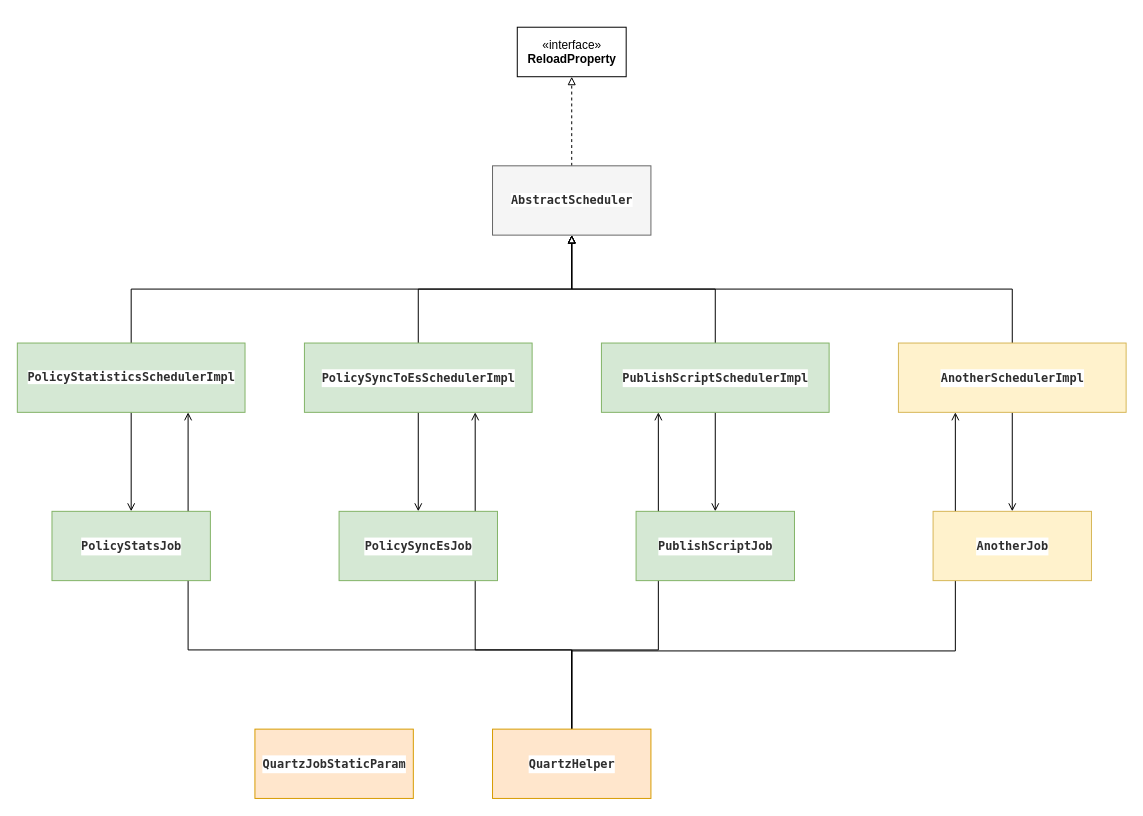
The draw.io diagram leyan/policy/Quartz_Component_Class_Diagram_V.BeforeRefactor.drawio in GeekKwok/UML, before the edit. Source tidied: cells renumbered, new cells numbered last; positions are measured from the earlier drawing's top-left corner, leaving out a move shared by most shapes. Both pictures are drawn from the tidied source at 99%, with x=0, y=0 at pixel (17, 27).
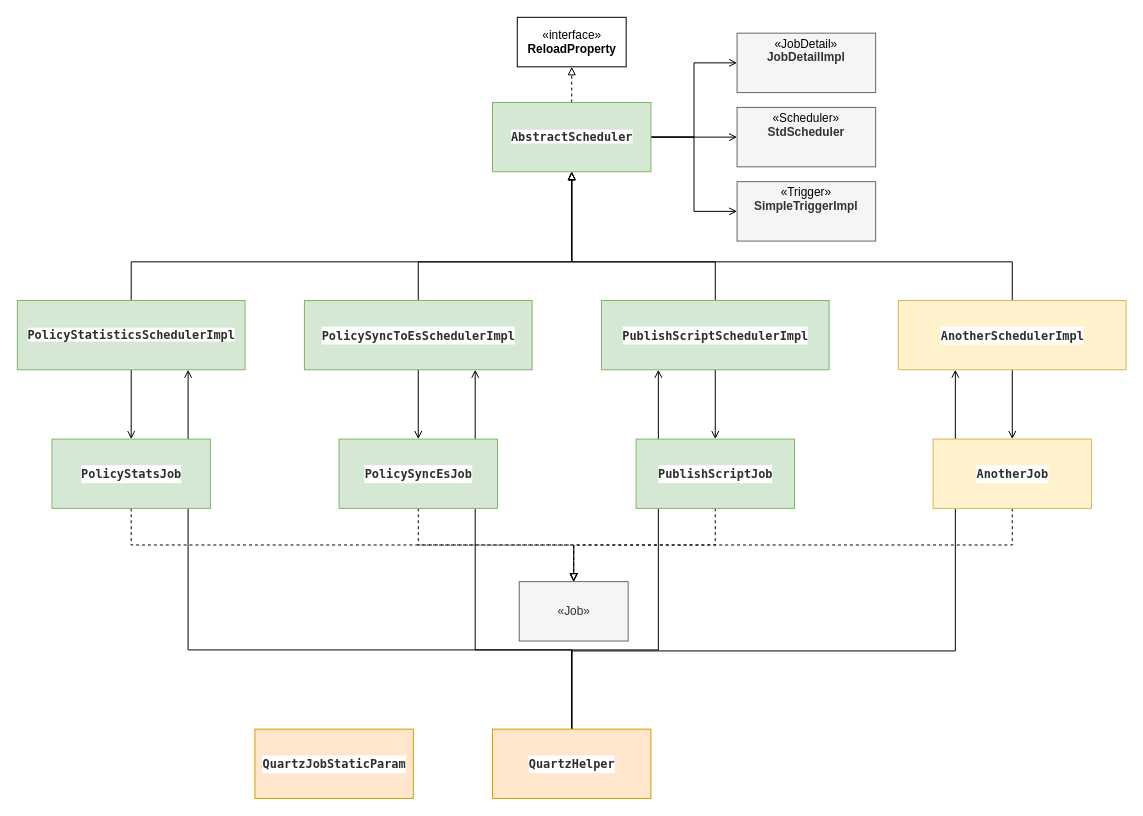
The same page after the edit.

What changed in the source:
```diff
@@
     <mxCell id="2" value="«interface»&lt;br&gt;&lt;b&gt;ReloadProperty&lt;/b&gt;" style="html=1;" parent="1" vertex="1">
-      <mxGeometry x="505" width="110" height="50" as="geometry" />
+      <mxGeometry x="505" y="-10" width="110" height="50" as="geometry" />
     </mxCell>
-    <mxCell id="3" style="edgeStyle=orthogonalEdgeStyle;rounded=0;jettySize=auto;html=1;exitX=0.5;exitY=0;exitDx=0;exitDy=0;entryX=0.5;entryY=1;entryDx=0;entryDy=0;endArrow=block;endFill=0;dashed=1;" parent="1" edge="1" source="4" target="2">
-      <mxGeometry relative="1" as="geometry" />
+    <mxCell id="3" style="edgeStyle=orthogonalEdgeStyle;rounded=0;jettySize=auto;html=1;exitX=0.5;exitY=0;exitDx=0;exitDy=0;endArrow=block;endFill=0;dashed=1;" parent="1" edge="1" source="4">
+      <mxGeometry relative="1" as="geometry">
+        <mxPoint x="560" y="40" as="targetPoint" />
+      </mxGeometry>
     </mxCell>
+    <mxCell id="27" style="edgeStyle=orthogonalEdgeStyle;rounded=0;jettySize=auto;html=1;exitX=1;exitY=0.5;exitDx=0;exitDy=0;entryX=0;entryY=0.5;entryDx=0;entryDy=0;endArrow=open;endFill=0;strokeColor=#000000;" parent="1" edge="1" source="4" target="35">
+      <mxGeometry relative="1" as="geometry" />
+    </mxCell>
+    <mxCell id="28" style="edgeStyle=orthogonalEdgeStyle;rounded=0;jettySize=auto;html=1;exitX=1;exitY=0.5;exitDx=0;exitDy=0;endArrow=open;endFill=0;strokeColor=#000000;" parent="1" edge="1" source="4" target="34">
+      <mxGeometry relative="1" as="geometry" />
+    </mxCell>
+    <mxCell id="29" style="edgeStyle=orthogonalEdgeStyle;rounded=0;jettySize=auto;html=1;exitX=1;exitY=0.5;exitDx=0;exitDy=0;entryX=0;entryY=0.5;entryDx=0;entryDy=0;endArrow=open;endFill=0;strokeColor=#000000;" parent="1" edge="1" source="4" target="36">
+      <mxGeometry relative="1" as="geometry" />
+    </mxCell>
-    <mxCell id="4" value="&lt;span style=&quot;background-color: rgb(255 , 255 , 255) ; color: rgb(46 , 46 , 46) ; font-family: &amp;#34;menlo&amp;#34; , &amp;#34;monaco&amp;#34; , &amp;#34;courier new&amp;#34; , monospace&quot;&gt;&lt;b&gt;AbstractScheduler&lt;/b&gt;&lt;/span&gt;" style="html=1;fillColor=#f5f5f5;strokeColor=#666666;fontColor=#333333;" parent="1" vertex="1">
-      <mxGeometry x="480" y="140" width="160" height="70" as="geometry" />
+    <mxCell id="4" value="&lt;span style=&quot;background-color: rgb(255 , 255 , 255) ; color: rgb(46 , 46 , 46) ; font-family: &amp;#34;menlo&amp;#34; , &amp;#34;monaco&amp;#34; , &amp;#34;courier new&amp;#34; , monospace&quot;&gt;&lt;b&gt;AbstractScheduler&lt;/b&gt;&lt;/span&gt;" style="html=1;fillColor=#d5e8d4;strokeColor=#82b366;" parent="1" vertex="1">
+      <mxGeometry x="480" y="76" width="160" height="70" as="geometry" />
     </mxCell>
-    <mxCell id="5" style="edgeStyle=orthogonalEdgeStyle;rounded=0;jettySize=auto;html=1;exitX=0.5;exitY=0;exitDx=0;exitDy=0;entryX=0.5;entryY=1;entryDx=0;entryDy=0;endArrow=block;endFill=0;" parent="1" edge="1" source="7" target="4">
-      <mxGeometry relative="1" as="geometry" />
+    <mxCell id="5" style="edgeStyle=orthogonalEdgeStyle;rounded=0;jettySize=auto;html=1;exitX=0.5;exitY=0;exitDx=0;exitDy=0;endArrow=block;endFill=0;" parent="1" edge="1" source="7" target="4">
+      <mxGeometry relative="1" as="geometry">
+        <Array as="points">
+          <mxPoint x="115" y="237" />
+          <mxPoint x="560" y="237" />
+        </Array>
+      </mxGeometry>
     </mxCell>
@@
     <mxCell id="7" value="&lt;span style=&quot;background-color: rgb(255 , 255 , 255) ; color: rgb(46 , 46 , 46) ; font-family: &amp;quot;menlo&amp;quot; , &amp;quot;monaco&amp;quot; , &amp;quot;courier new&amp;quot; , monospace&quot;&gt;PolicyStatisticsSchedulerImpl&lt;/span&gt;" style="html=1;fontStyle=1;fillColor=#d5e8d4;strokeColor=#82b366;" parent="1" vertex="1">
-      <mxGeometry y="319" width="230" height="70" as="geometry" />
+      <mxGeometry y="276" width="230" height="70" as="geometry" />
     </mxCell>
     <mxCell id="8" style="edgeStyle=orthogonalEdgeStyle;rounded=0;jettySize=auto;html=1;exitX=0.5;exitY=0;exitDx=0;exitDy=0;endArrow=block;endFill=0;entryX=0.5;entryY=1;entryDx=0;entryDy=0;" parent="1" edge="1" source="10" target="4">
-      <mxGeometry relative="1" as="geometry" />
+      <mxGeometry relative="1" as="geometry">
+        <Array as="points">
+          <mxPoint x="405" y="237" />
+          <mxPoint x="560" y="237" />
+        </Array>
+      </mxGeometry>
     </mxCell>
-    <mxCell id="9" style="edgeStyle=orthogonalEdgeStyle;rounded=0;jettySize=auto;html=1;exitX=0.5;exitY=1;exitDx=0;exitDy=0;entryX=0.5;entryY=0;entryDx=0;entryDy=0;endArrow=open;endFill=0;fillColor=#d5e8d4;" parent="1" edge="1" source="10" target="19">
+    <mxCell id="9" style="edgeStyle=orthogonalEdgeStyle;rounded=0;jettySize=auto;html=1;entryX=0.5;entryY=0;entryDx=0;entryDy=0;endArrow=open;endFill=0;fillColor=#d5e8d4;exitX=0.5;exitY=1;exitDx=0;exitDy=0;" parent="1" edge="1" source="10" target="19">
       <mxGeometry relative="1" as="geometry" />
     </mxCell>
     <mxCell id="10" value="&lt;div style=&quot;color: rgb(46 , 46 , 46) ; background-color: rgb(255 , 255 , 255) ; font-family: &amp;quot;menlo&amp;quot; , &amp;quot;monaco&amp;quot; , &amp;quot;courier new&amp;quot; , monospace ; line-height: 18px&quot;&gt;PolicySyncToEsSchedulerImpl&lt;/div&gt;" style="html=1;fontStyle=1;fillColor=#d5e8d4;strokeColor=#82b366;" parent="1" vertex="1">
-      <mxGeometry x="290" y="319" width="230" height="70" as="geometry" />
+      <mxGeometry x="290" y="276" width="230" height="70" as="geometry" />
     </mxCell>
-    <mxCell id="11" style="edgeStyle=orthogonalEdgeStyle;rounded=0;jettySize=auto;html=1;exitX=0.5;exitY=0;exitDx=0;exitDy=0;entryX=0.5;entryY=1;entryDx=0;entryDy=0;endArrow=block;endFill=0;" parent="1" edge="1" source="13" target="4">
-      <mxGeometry relative="1" as="geometry" />
+    <mxCell id="11" style="edgeStyle=orthogonalEdgeStyle;rounded=0;jettySize=auto;html=1;exitX=0.5;exitY=0;exitDx=0;exitDy=0;endArrow=block;endFill=0;" parent="1" edge="1" source="13" target="4">
+      <mxGeometry relative="1" as="geometry">
+        <Array as="points">
+          <mxPoint x="705" y="237" />
+          <mxPoint x="560" y="237" />
+        </Array>
+      </mxGeometry>
     </mxCell>
-    <mxCell id="12" style="edgeStyle=orthogonalEdgeStyle;rounded=0;jettySize=auto;html=1;exitX=0.5;exitY=1;exitDx=0;exitDy=0;endArrow=open;endFill=0;fillColor=#d5e8d4;" parent="1" edge="1" source="13" target="21">
+    <mxCell id="12" style="edgeStyle=orthogonalEdgeStyle;rounded=0;jettySize=auto;html=1;endArrow=open;endFill=0;fillColor=#d5e8d4;exitX=0.5;exitY=1;exitDx=0;exitDy=0;" parent="1" edge="1" source="13" target="21">
       <mxGeometry relative="1" as="geometry" />
     </mxCell>
     <mxCell id="13" value="&lt;div style=&quot;color: rgb(46 , 46 , 46) ; background-color: rgb(255 , 255 , 255) ; font-family: &amp;quot;menlo&amp;quot; , &amp;quot;monaco&amp;quot; , &amp;quot;courier new&amp;quot; , monospace ; line-height: 18px&quot;&gt;PublishScriptSchedulerImpl&lt;/div&gt;" style="html=1;fontStyle=1;fillColor=#d5e8d4;strokeColor=#82b366;" parent="1" vertex="1">
-      <mxGeometry x="590" y="319" width="230" height="70" as="geometry" />
+      <mxGeometry x="590" y="276" width="230" height="70" as="geometry" />
     </mxCell>
@@
+    <mxCell id="30" style="edgeStyle=orthogonalEdgeStyle;rounded=0;jettySize=auto;html=1;exitX=0.5;exitY=1;exitDx=0;exitDy=0;endArrow=block;endFill=0;strokeColor=#000000;dashed=1;" parent="1" edge="1" source="19" target="37">
+      <mxGeometry relative="1" as="geometry" />
+    </mxCell>
     <mxCell id="19" value="&lt;div style=&quot;color: rgb(46 , 46 , 46) ; background-color: rgb(255 , 255 , 255) ; font-family: &amp;#34;menlo&amp;#34; , &amp;#34;monaco&amp;#34; , &amp;#34;courier new&amp;#34; , monospace ; line-height: 18px&quot;&gt;&lt;div style=&quot;font-family: &amp;#34;menlo&amp;#34; , &amp;#34;monaco&amp;#34; , &amp;#34;courier new&amp;#34; , monospace ; line-height: 18px&quot;&gt;&lt;b&gt;PolicySyncEsJob&lt;/b&gt;&lt;/div&gt;&lt;/div&gt;" style="html=1;fillColor=#d5e8d4;strokeColor=#82b366;" parent="1" vertex="1">
-      <mxGeometry x="325" y="489" width="160" height="70" as="geometry" />
+      <mxGeometry x="325" y="416" width="160" height="70" as="geometry" />
     </mxCell>
+    <mxCell id="31" style="edgeStyle=orthogonalEdgeStyle;rounded=0;jettySize=auto;html=1;exitX=0.5;exitY=1;exitDx=0;exitDy=0;entryX=0.5;entryY=0;entryDx=0;entryDy=0;endArrow=block;endFill=0;strokeColor=#000000;dashed=1;" parent="1" edge="1" source="20" target="37">
+      <mxGeometry relative="1" as="geometry" />
+    </mxCell>
     <mxCell id="20" value="&lt;div style=&quot;color: rgb(46 , 46 , 46) ; background-color: rgb(255 , 255 , 255) ; font-family: &amp;#34;menlo&amp;#34; , &amp;#34;monaco&amp;#34; , &amp;#34;courier new&amp;#34; , monospace ; line-height: 18px&quot;&gt;&lt;div style=&quot;font-family: &amp;#34;menlo&amp;#34; , &amp;#34;monaco&amp;#34; , &amp;#34;courier new&amp;#34; , monospace ; line-height: 18px&quot;&gt;&lt;b&gt;PolicyStatsJob&lt;/b&gt;&lt;/div&gt;&lt;/div&gt;" style="html=1;fillColor=#d5e8d4;strokeColor=#82b366;" parent="1" vertex="1">
-      <mxGeometry x="35" y="489" width="160" height="70" as="geometry" />
+      <mxGeometry x="35" y="416" width="160" height="70" as="geometry" />
     </mxCell>
+    <mxCell id="32" style="edgeStyle=orthogonalEdgeStyle;rounded=0;jettySize=auto;html=1;exitX=0.5;exitY=1;exitDx=0;exitDy=0;dashed=1;endArrow=block;endFill=0;strokeColor=#000000;" parent="1" edge="1" source="21" target="37">
+      <mxGeometry relative="1" as="geometry" />
+    </mxCell>
     <mxCell id="21" value="&lt;div style=&quot;color: rgb(46 , 46 , 46) ; background-color: rgb(255 , 255 , 255) ; font-family: &amp;#34;menlo&amp;#34; , &amp;#34;monaco&amp;#34; , &amp;#34;courier new&amp;#34; , monospace ; line-height: 18px&quot;&gt;&lt;div style=&quot;font-family: &amp;#34;menlo&amp;#34; , &amp;#34;monaco&amp;#34; , &amp;#34;courier new&amp;#34; , monospace ; line-height: 18px&quot;&gt;&lt;div style=&quot;font-family: &amp;#34;menlo&amp;#34; , &amp;#34;monaco&amp;#34; , &amp;#34;courier new&amp;#34; , monospace ; line-height: 18px&quot;&gt;&lt;b&gt;PublishScriptJob&lt;/b&gt;&lt;/div&gt;&lt;/div&gt;&lt;/div&gt;" style="html=1;fillColor=#d5e8d4;strokeColor=#82b366;" parent="1" vertex="1">
-      <mxGeometry x="625" y="489" width="160" height="70" as="geometry" />
+      <mxGeometry x="625" y="416" width="160" height="70" as="geometry" />
     </mxCell>
@@
-    <mxCell id="23" style="edgeStyle=orthogonalEdgeStyle;rounded=0;jettySize=auto;html=1;exitX=0.5;exitY=0;exitDx=0;exitDy=0;endArrow=block;endFill=0;strokeColor=#000000;" parent="1" edge="1" source="24" target="4">
-      <mxGeometry relative="1" as="geometry" />
+    <mxCell id="23" style="edgeStyle=orthogonalEdgeStyle;rounded=0;jettySize=auto;html=1;exitX=0.5;exitY=0;exitDx=0;exitDy=0;endArrow=block;endFill=0;strokeColor=#000000;entryX=0.5;entryY=1;entryDx=0;entryDy=0;" parent="1" edge="1" source="24" target="4">
+      <mxGeometry relative="1" as="geometry">
+        <Array as="points">
+          <mxPoint x="1005" y="237" />
+          <mxPoint x="560" y="237" />
+        </Array>
+      </mxGeometry>
     </mxCell>
     <mxCell id="24" value="&lt;div style=&quot;color: rgb(46 , 46 , 46) ; background-color: rgb(255 , 255 , 255) ; font-family: &amp;#34;menlo&amp;#34; , &amp;#34;monaco&amp;#34; , &amp;#34;courier new&amp;#34; , monospace ; line-height: 18px&quot;&gt;AnotherSchedulerImpl&lt;/div&gt;" style="html=1;fontStyle=1;fillColor=#fff2cc;strokeColor=#d6b656;" parent="1" vertex="1">
-      <mxGeometry x="890" y="319" width="230" height="70" as="geometry" />
+      <mxGeometry x="890" y="276" width="230" height="70" as="geometry" />
     </mxCell>
+    <mxCell id="33" style="edgeStyle=orthogonalEdgeStyle;rounded=0;jettySize=auto;html=1;exitX=0.5;exitY=1;exitDx=0;exitDy=0;dashed=1;endArrow=block;endFill=0;strokeColor=#000000;" parent="1" edge="1" source="25" target="37">
+      <mxGeometry relative="1" as="geometry" />
+    </mxCell>
     <mxCell id="25" value="&lt;div style=&quot;color: rgb(46 , 46 , 46) ; background-color: rgb(255 , 255 , 255) ; font-family: &amp;#34;menlo&amp;#34; , &amp;#34;monaco&amp;#34; , &amp;#34;courier new&amp;#34; , monospace ; line-height: 18px&quot;&gt;&lt;div style=&quot;font-family: &amp;#34;menlo&amp;#34; , &amp;#34;monaco&amp;#34; , &amp;#34;courier new&amp;#34; , monospace ; line-height: 18px&quot;&gt;&lt;div style=&quot;font-family: &amp;#34;menlo&amp;#34; , &amp;#34;monaco&amp;#34; , &amp;#34;courier new&amp;#34; , monospace ; line-height: 18px&quot;&gt;&lt;span style=&quot;font-weight: 700&quot;&gt;Another&lt;/span&gt;&lt;b&gt;Job&lt;/b&gt;&lt;/div&gt;&lt;/div&gt;&lt;/div&gt;" style="html=1;fillColor=#fff2cc;strokeColor=#d6b656;" parent="1" vertex="1">
-      <mxGeometry x="925" y="489" width="160" height="70" as="geometry" />
+      <mxGeometry x="925" y="416" width="160" height="70" as="geometry" />
     </mxCell>
@@
+    <mxCell id="34" value="&lt;p style=&quot;margin: 0px ; margin-top: 4px ; text-align: center&quot;&gt;&lt;span style=&quot;color: rgb(0 , 0 , 0)&quot;&gt;«Scheduler»&lt;/span&gt;&lt;br&gt;&lt;b&gt;StdScheduler&lt;/b&gt;&lt;/p&gt;" style="verticalAlign=top;align=left;overflow=fill;fontSize=12;fontFamily=Helvetica;html=1;fillColor=#f5f5f5;strokeColor=#666666;fontColor=#333333;" parent="1" vertex="1">
+      <mxGeometry x="727" y="81" width="140" height="60" as="geometry" />
+    </mxCell>
+    <mxCell id="35" value="&lt;p style=&quot;margin: 0px ; margin-top: 4px ; text-align: center&quot;&gt;&lt;span style=&quot;color: rgb(0 , 0 , 0)&quot;&gt;«JobDetail»&lt;/span&gt;&lt;br&gt;&lt;b&gt;JobDetailImpl&lt;/b&gt;&lt;/p&gt;" style="verticalAlign=top;align=left;overflow=fill;fontSize=12;fontFamily=Helvetica;html=1;fillColor=#f5f5f5;strokeColor=#666666;fontColor=#333333;" parent="1" vertex="1">
+      <mxGeometry x="727" y="6" width="140" height="60" as="geometry" />
+    </mxCell>
+    <mxCell id="36" value="&lt;p style=&quot;margin: 0px ; margin-top: 4px ; text-align: center&quot;&gt;&lt;span style=&quot;color: rgb(0 , 0 , 0)&quot;&gt;«Trigger»&lt;/span&gt;&lt;br&gt;&lt;b&gt;SimpleTriggerImpl&lt;/b&gt;&lt;/p&gt;" style="verticalAlign=top;align=left;overflow=fill;fontSize=12;fontFamily=Helvetica;html=1;fillColor=#f5f5f5;strokeColor=#666666;fontColor=#333333;" parent="1" vertex="1">
+      <mxGeometry x="727" y="156" width="140" height="60" as="geometry" />
+    </mxCell>
+    <mxCell id="37" value="«Job»" style="html=1;fillColor=#f5f5f5;strokeColor=#666666;fontColor=#333333;" parent="1" vertex="1">
+      <mxGeometry x="507" y="560" width="110" height="60" as="geometry" />
+    </mxCell>
```
